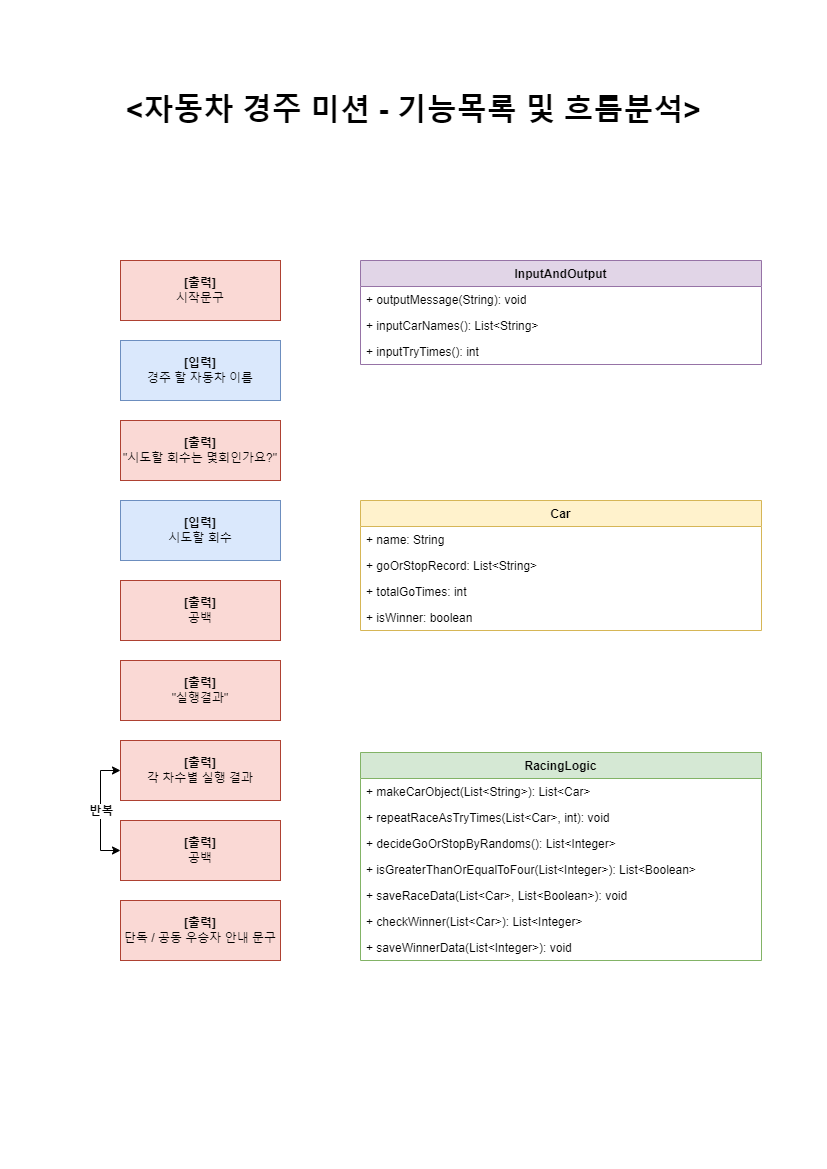
Above: docs/자동차 경주 미션 - 기능목록 및 흐름분석.png in woowacourse-precourse/java-racingcar-6 (draw.io), before the change. Source tidied: cells renumbered, new cells last; positions are measured from the earlier drawing's top-left corner, leaving out a move shared by most shapes.
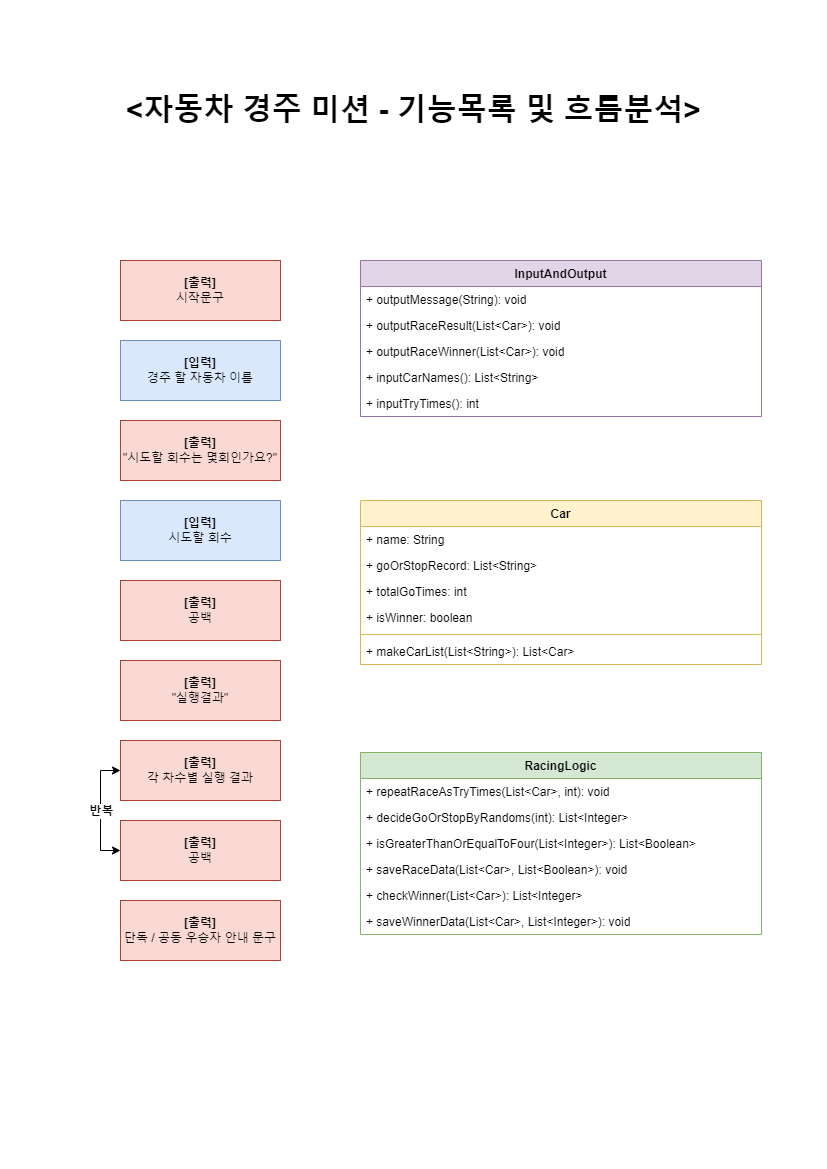
Later version of the same file.

Diff of the diagram source:
```diff
@@ -43,19 +43,25 @@
       <mxGeometry x="22" y="831" width="160" height="60" as="geometry" />
     </mxCell>
     <mxCell id="13" value="InputAndOutput" style="swimlane;fontStyle=1;align=center;verticalAlign=top;horizontal=1;startSize=26;whiteSpace=wrap;html=1;fillColor=#e1d5e7;strokeColor=#9673a6;swimlaneFillColor=default;" parent="1" vertex="1">
-      <mxGeometry x="262" y="191" width="401" height="104" as="geometry" />
+      <mxGeometry x="262" y="191" width="401" height="156" as="geometry" />
     </mxCell>
     <mxCell id="14" value="+ outputMessage(String): void" style="text;strokeColor=none;fillColor=none;align=left;verticalAlign=top;spacingLeft=4;spacingRight=4;overflow=hidden;whiteSpace=wrap;html=1;" parent="13" vertex="1">
       <mxGeometry y="26" width="401" height="26" as="geometry" />
     </mxCell>
+    <mxCell id="31" value="+ outputRaceResult(List&amp;lt;Car&amp;gt;): void" style="text;strokeColor=none;fillColor=none;align=left;verticalAlign=top;spacingLeft=4;spacingRight=4;overflow=hidden;whiteSpace=wrap;html=1;" parent="13" vertex="1">
+      <mxGeometry y="52" width="401" height="26" as="geometry" />
+    </mxCell>
+    <mxCell id="32" value="+ outputRaceWinner(List&amp;lt;Car&amp;gt;): void" style="text;strokeColor=none;fillColor=none;align=left;verticalAlign=top;spacingLeft=4;spacingRight=4;overflow=hidden;whiteSpace=wrap;html=1;" parent="13" vertex="1">
+      <mxGeometry y="78" width="401" height="26" as="geometry" />
+    </mxCell>
     <mxCell id="15" value="+ inputCarNames(): List&amp;lt;String&amp;gt;" style="text;strokeColor=none;fillColor=none;align=left;verticalAlign=top;spacingLeft=4;spacingRight=4;overflow=hidden;whiteSpace=wrap;html=1;" parent="13" vertex="1">
-      <mxGeometry y="52" width="401" height="26" as="geometry" />
+      <mxGeometry y="104" width="401" height="26" as="geometry" />
     </mxCell>
     <mxCell id="16" value="+ inputTryTimes(): int" style="text;strokeColor=none;fillColor=none;align=left;verticalAlign=top;spacingLeft=4;spacingRight=4;overflow=hidden;whiteSpace=wrap;html=1;" parent="13" vertex="1">
-      <mxGeometry y="78" width="401" height="26" as="geometry" />
+      <mxGeometry y="130" width="401" height="26" as="geometry" />
     </mxCell>
     <mxCell id="17" value="Car" style="swimlane;fontStyle=1;align=center;verticalAlign=top;horizontal=1;startSize=26;whiteSpace=wrap;html=1;fillColor=#fff2cc;strokeColor=#d6b656;swimlaneFillColor=default;" parent="1" vertex="1">
-      <mxGeometry x="262" y="431" width="401" height="130" as="geometry" />
+      <mxGeometry x="262" y="431" width="401" height="164" as="geometry" />
     </mxCell>
     <mxCell id="18" value="+ name: String" style="text;strokeColor=none;fillColor=none;align=left;verticalAlign=top;spacingLeft=4;spacingRight=4;overflow=hidden;whiteSpace=wrap;html=1;" parent="17" vertex="1">
       <mxGeometry y="26" width="401" height="26" as="geometry" />
@@ -69,29 +75,32 @@
     <mxCell id="21" value="+ isWinner: boolean" style="text;strokeColor=none;fillColor=none;align=left;verticalAlign=top;spacingLeft=4;spacingRight=4;overflow=hidden;whiteSpace=wrap;html=1;" parent="17" vertex="1">
       <mxGeometry y="104" width="401" height="26" as="geometry" />
     </mxCell>
+    <mxCell id="33" style="line;strokeWidth=1;fillColor=none;align=left;verticalAlign=middle;spacingTop=-1;spacingLeft=3;spacingRight=3;labelPosition=right;strokeColor=inherit;" parent="17" vertex="1">
+      <mxGeometry y="130" width="401" height="8" as="geometry" />
+    </mxCell>
+    <mxCell id="23" value="+ makeCarList(List&amp;lt;String&amp;gt;): List&amp;lt;Car&amp;gt;" style="text;strokeColor=none;fillColor=none;align=left;verticalAlign=top;spacingLeft=4;spacingRight=4;overflow=hidden;whiteSpace=wrap;html=1;" parent="17" vertex="1">
+      <mxGeometry y="138" width="401" height="26" as="geometry" />
+    </mxCell>
     <mxCell id="22" value="RacingLogic" style="swimlane;fontStyle=1;align=center;verticalAlign=top;horizontal=1;startSize=26;whiteSpace=wrap;html=1;fillColor=#d5e8d4;strokeColor=#82b366;swimlaneFillColor=default;" parent="1" vertex="1">
-      <mxGeometry x="262" y="683" width="401" height="208" as="geometry" />
+      <mxGeometry x="262" y="683" width="401" height="182" as="geometry" />
     </mxCell>
-    <mxCell id="23" value="+ makeCarObject(List&amp;lt;String&amp;gt;): List&amp;lt;Car&amp;gt;" style="text;strokeColor=none;fillColor=none;align=left;verticalAlign=top;spacingLeft=4;spacingRight=4;overflow=hidden;whiteSpace=wrap;html=1;" parent="22" vertex="1">
-      <mxGeometry y="26" width="401" height="26" as="geometry" />
-    </mxCell>
     <mxCell id="24" value="+ repeatRaceAsTryTimes(List&amp;lt;Car&amp;gt;, int): void" style="text;strokeColor=none;fillColor=none;align=left;verticalAlign=top;spacingLeft=4;spacingRight=4;overflow=hidden;whiteSpace=wrap;html=1;" parent="22" vertex="1">
-      <mxGeometry y="52" width="401" height="26" as="geometry" />
+      <mxGeometry y="26" width="401" height="26" as="geometry" />
     </mxCell>
-    <mxCell id="25" value="+ decideGoOrStopByRandoms(): List&amp;lt;Integer&amp;gt;" style="text;strokeColor=none;fillColor=none;align=left;verticalAlign=top;spacingLeft=4;spacingRight=4;overflow=hidden;whiteSpace=wrap;html=1;" parent="22" vertex="1">
-      <mxGeometry y="78" width="401" height="26" as="geometry" />
+    <mxCell id="25" value="+ decideGoOrStopByRandoms(int): List&amp;lt;Integer&amp;gt;" style="text;strokeColor=none;fillColor=none;align=left;verticalAlign=top;spacingLeft=4;spacingRight=4;overflow=hidden;whiteSpace=wrap;html=1;" parent="22" vertex="1">
+      <mxGeometry y="52" width="401" height="26" as="geometry" />
     </mxCell>
     <mxCell id="26" value="+ isGreaterThanOrEqualToFour(List&amp;lt;Integer&amp;gt;): List&amp;lt;Boolean&amp;gt;" style="text;strokeColor=none;fillColor=none;align=left;verticalAlign=top;spacingLeft=4;spacingRight=4;overflow=hidden;whiteSpace=wrap;html=1;" parent="22" vertex="1">
-      <mxGeometry y="104" width="401" height="26" as="geometry" />
+      <mxGeometry y="78" width="401" height="26" as="geometry" />
     </mxCell>
     <mxCell id="27" value="+ saveRaceData(List&amp;lt;Car&amp;gt;, List&amp;lt;Boolean&amp;gt;): void" style="text;strokeColor=none;fillColor=none;align=left;verticalAlign=top;spacingLeft=4;spacingRight=4;overflow=hidden;whiteSpace=wrap;html=1;" parent="22" vertex="1">
-      <mxGeometry y="130" width="401" height="26" as="geometry" />
+      <mxGeometry y="104" width="401" height="26" as="geometry" />
     </mxCell>
     <mxCell id="28" value="+ checkWinner(List&amp;lt;Car&amp;gt;): List&amp;lt;Integer&amp;gt;" style="text;strokeColor=none;fillColor=none;align=left;verticalAlign=top;spacingLeft=4;spacingRight=4;overflow=hidden;whiteSpace=wrap;html=1;" parent="22" vertex="1">
-      <mxGeometry y="156" width="401" height="26" as="geometry" />
+      <mxGeometry y="130" width="401" height="26" as="geometry" />
     </mxCell>
-    <mxCell id="29" value="+ saveWinnerData(List&amp;lt;Integer&amp;gt;): void" style="text;strokeColor=none;fillColor=none;align=left;verticalAlign=top;spacingLeft=4;spacingRight=4;overflow=hidden;whiteSpace=wrap;html=1;" parent="22" vertex="1">
-      <mxGeometry y="182" width="401" height="26" as="geometry" />
+    <mxCell id="29" value="+ saveWinnerData(List&amp;lt;Car&amp;gt;, List&amp;lt;Integer&amp;gt;): void" style="text;strokeColor=none;fillColor=none;align=left;verticalAlign=top;spacingLeft=4;spacingRight=4;overflow=hidden;whiteSpace=wrap;html=1;" parent="22" vertex="1">
+      <mxGeometry y="156" width="401" height="26" as="geometry" />
     </mxCell>
     <mxCell id="30" value="&lt;font size=&quot;1&quot; style=&quot;&quot;&gt;&lt;b style=&quot;font-size: 30px;&quot;&gt;&amp;lt;자동차 경주 미션 - 기능목록 및 흐름분석&amp;gt;&lt;/b&gt;&lt;/font&gt;" style="text;html=1;align=center;verticalAlign=middle;whiteSpace=wrap;rounded=0;fillColor=default;" parent="1" vertex="1">
       <mxGeometry width="631" height="80" as="geometry" />
```
